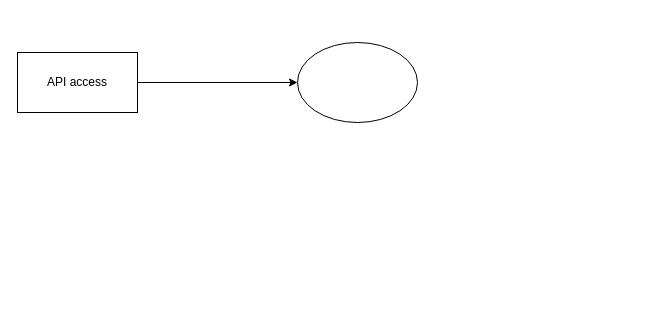
This is 未命名绘图.drawio from anyingle/ay-diagrams, a draw.io file, before an edit. Source tidied: cells renumbered, new cells numbered last; positions are measured from the earlier drawing's top-left corner, leaving out a move shared by most shapes. Both pictures are drawn from the tidied source at 100%, with x=0, y=0 at pixel (17, 42).
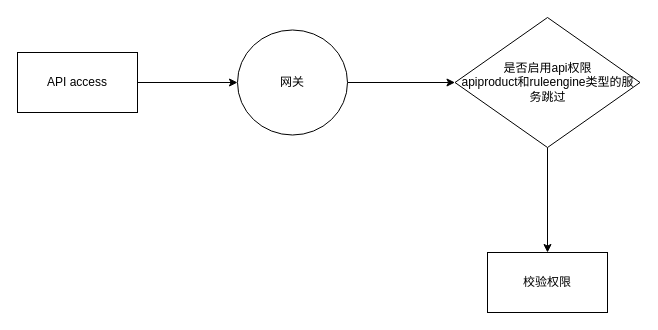
After the change.

Diff of the diagram source:
```diff
@@
 <mxGraphModel>
   <root>
     <mxCell id="0" />
     <mxCell id="1" parent="0" />
     <mxCell id="2" value="API access" style="rounded=0;whiteSpace=wrap;html=1;" parent="1" vertex="1">
       <mxGeometry y="10" width="120" height="60" as="geometry" />
     </mxCell>
     <mxCell id="3" style="endArrow=classic;html=1;rounded=0;exitX=1;exitY=0.5;exitDx=0;exitDy=0;entryX=0;entryY=0.5;entryDx=0;entryDy=0;" parent="1" edge="1" source="2" target="4">
       <mxGeometry relative="1" as="geometry" />
     </mxCell>
+    <mxCell id="5" style="edgeStyle=orthogonalEdgeStyle;rounded=0;jettySize=auto;html=1;" parent="1" edge="1" source="4" target="7">
+      <mxGeometry relative="1" as="geometry" />
+    </mxCell>
-    <mxCell id="4" style="ellipse;whiteSpace=wrap;html=1;" parent="1" vertex="1">
-      <mxGeometry x="280" width="120" height="80" as="geometry" />
+    <mxCell id="4" value="网关" style="ellipse;whiteSpace=wrap;html=1;" parent="1" vertex="1">
+      <mxGeometry x="220" y="-12.5" width="110" height="105" as="geometry" />
     </mxCell>
+    <mxCell id="6" style="edgeStyle=orthogonalEdgeStyle;rounded=0;jettySize=auto;html=1;" parent="1" edge="1" source="7" target="8">
+      <mxGeometry relative="1" as="geometry" />
+    </mxCell>
+    <mxCell id="7" value="是否启用api权限&lt;br&gt;apiproduct和ruleengine类型的服务跳过" style="rhombus;whiteSpace=wrap;html=1;" parent="1" vertex="1">
+      <mxGeometry x="437.5" y="-25" width="185" height="130" as="geometry" />
+    </mxCell>
+    <mxCell id="8" value="校验权限" style="whiteSpace=wrap;html=1;" parent="1" vertex="1">
+      <mxGeometry x="470" y="210" width="120" height="60" as="geometry" />
+    </mxCell>
   </root>
 </mxGraphModel>
```
